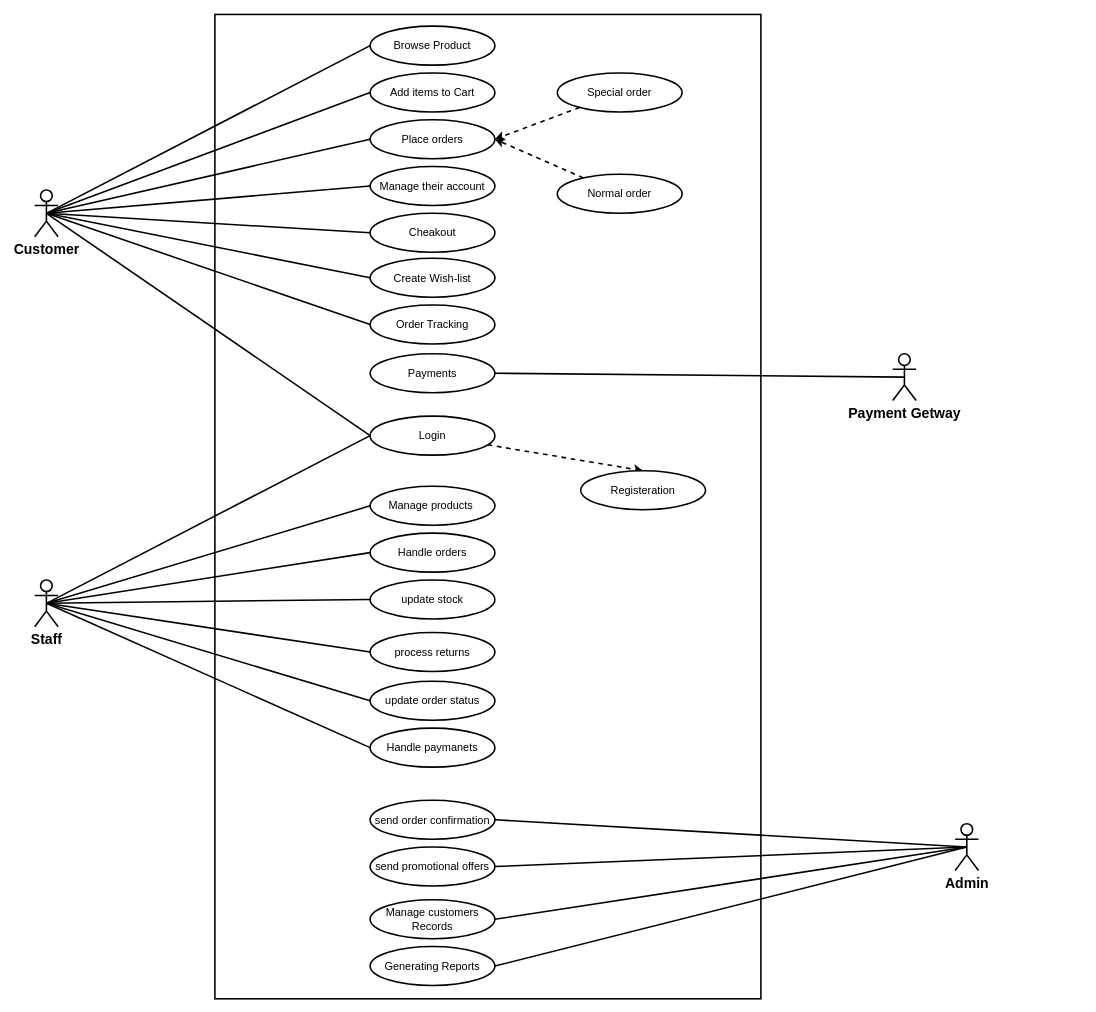
Above: BSCS 5B/se_assignment_02b.drawio in UbaidBinWaris/BSCS (draw.io), before the change. Source tidied: cells renumbered, new cells numbered last; positions are measured from the earlier drawing's top-left corner, leaving out a move shared by most shapes. Both pictures are drawn from the tidied source at 78%, with x=0, y=0 at pixel (34, 14).
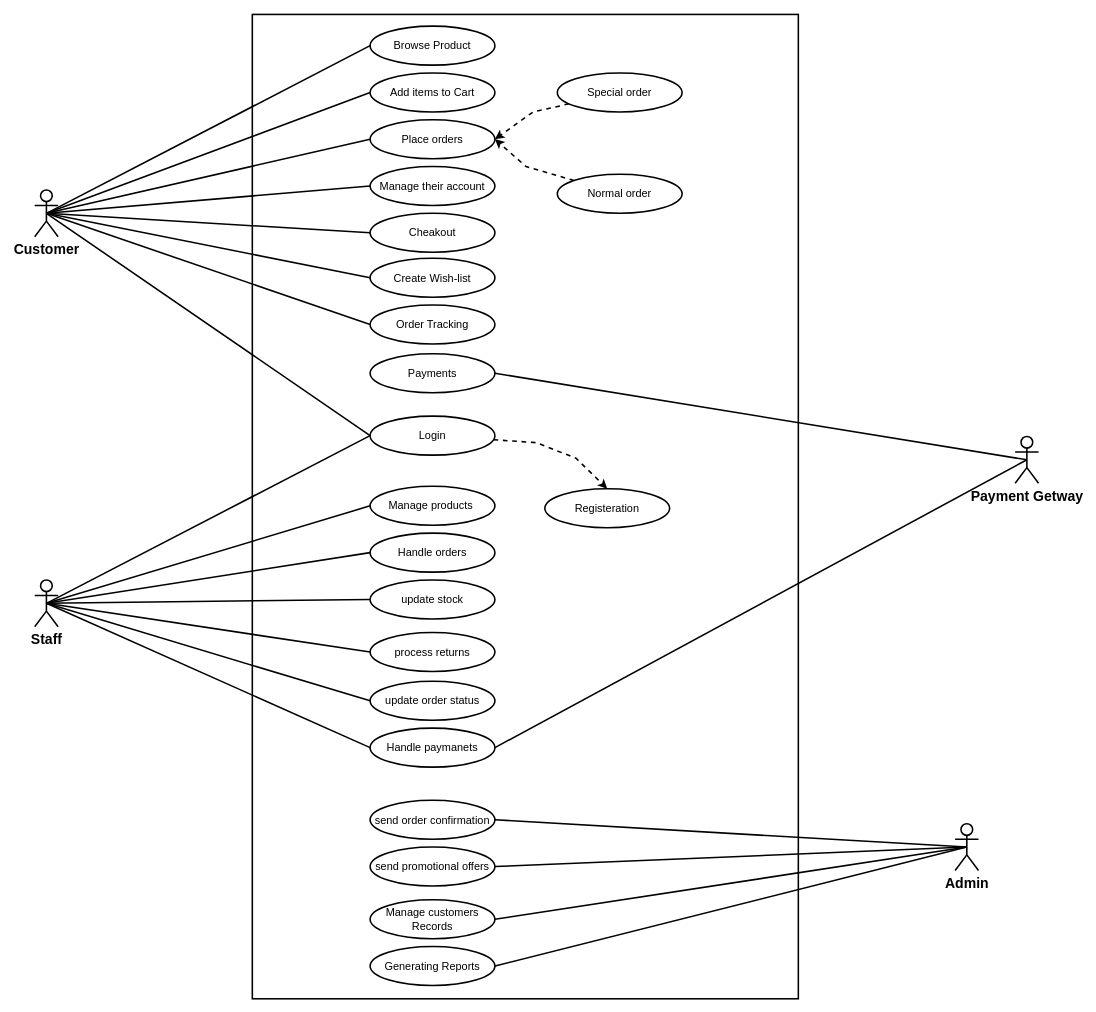
After the change.

Commit message (it also covers changes not shown here):
compiler assignment

Unchanged cells that the change refers to:
```xml
<mxCell id="8" value="Login" style="ellipse;whiteSpace=wrap;html=1;strokeWidth=2;fontSize=14;" parent="1" vertex="1">
  <mxGeometry x="430" y="515" width="160" height="50" as="geometry" />
</mxCell>
<mxCell id="9" value="Place orders" style="ellipse;whiteSpace=wrap;html=1;strokeWidth=2;fontSize=14;" parent="1" vertex="1">
  <mxGeometry x="430" y="135" width="160" height="50" as="geometry" />
</mxCell>
<mxCell id="30" value="Handle paymanets" style="ellipse;whiteSpace=wrap;html=1;strokeWidth=2;fontSize=14;" parent="1" vertex="1">
  <mxGeometry x="430" y="915" width="160" height="50" as="geometry" />
</mxCell>
<mxCell id="45" value="Special order" style="ellipse;whiteSpace=wrap;html=1;strokeWidth=2;fontSize=14;" parent="1" vertex="1">
  <mxGeometry x="670" y="75" width="160" height="50" as="geometry" />
</mxCell>
<mxCell id="47" value="Normal order" style="ellipse;whiteSpace=wrap;html=1;strokeWidth=2;fontSize=14;" parent="1" vertex="1">
  <mxGeometry x="670" y="205" width="160" height="50" as="geometry" />
</mxCell>
```

What changed in the source:
```diff
@@
     <mxCell id="7" style="shape=connector;rounded=0;jettySize=auto;html=1;strokeColor=default;align=center;verticalAlign=middle;fontFamily=Helvetica;fontSize=14;fontColor=default;labelBackgroundColor=default;endArrow=classic;entryX=0.5;entryY=0;entryDx=0;entryDy=0;dashed=1;strokeWidth=2;" parent="1" edge="1" source="8" target="43">
-      <mxGeometry relative="1" as="geometry" />
+      <mxGeometry relative="1" as="geometry">
+        <Array as="points">
+          <mxPoint x="643" y="549" />
+          <mxPoint x="694" y="569" />
+        </Array>
+      </mxGeometry>
     </mxCell>
@@
     <mxCell id="16" style="rounded=0;whiteSpace=wrap;html=1;fillColor=none;strokeWidth=2;" parent="1" vertex="1">
-      <mxGeometry x="231" width="700" height="1262" as="geometry" />
+      <mxGeometry x="279" width="700" height="1262" as="geometry" />
     </mxCell>
@@
     <mxCell id="40" value="Payment Getway" style="shape=umlActor;verticalLabelPosition=bottom;verticalAlign=top;html=1;outlineConnect=0;strokeWidth=2;fontSize=18;fontStyle=1;" parent="1" vertex="1">
-      <mxGeometry x="1100" y="435" width="30" height="60" as="geometry" />
+      <mxGeometry x="1257" y="541" width="30" height="60" as="geometry" />
     </mxCell>
@@
     <mxCell id="43" value="Registeration" style="ellipse;whiteSpace=wrap;html=1;strokeWidth=2;fontSize=14;" parent="1" vertex="1">
-      <mxGeometry x="700" y="585" width="160" height="50" as="geometry" />
+      <mxGeometry x="654" y="608" width="160" height="50" as="geometry" />
     </mxCell>
     <mxCell id="44" style="shape=connector;rounded=0;jettySize=auto;html=1;strokeColor=default;align=center;verticalAlign=middle;fontFamily=Helvetica;fontSize=14;fontColor=default;labelBackgroundColor=default;endArrow=classic;dashed=1;strokeWidth=2;" parent="1" edge="1" source="45">
       <mxGeometry relative="1" as="geometry">
         <mxPoint x="590" y="160" as="targetPoint" />
+        <Array as="points">
+          <mxPoint x="639" y="125" />
+        </Array>
       </mxGeometry>
     </mxCell>
@@
     <mxCell id="46" style="shape=connector;rounded=0;jettySize=auto;html=1;entryX=1;entryY=0.5;entryDx=0;entryDy=0;strokeColor=default;align=center;verticalAlign=middle;fontFamily=Helvetica;fontSize=14;fontColor=default;labelBackgroundColor=default;endArrow=classic;dashed=1;strokeWidth=2;" parent="1" edge="1" source="47" target="9">
-      <mxGeometry relative="1" as="geometry" />
+      <mxGeometry relative="1" as="geometry">
+        <Array as="points">
+          <mxPoint x="630" y="195" />
+        </Array>
+      </mxGeometry>
     </mxCell>
@@
+    <mxCell id="52" style="endArrow=none;html=1;rounded=0;strokeColor=default;align=center;verticalAlign=middle;fontFamily=Helvetica;fontSize=11;fontColor=default;labelBackgroundColor=default;entryX=0.5;entryY=0.5;entryDx=0;entryDy=0;entryPerimeter=0;exitX=1;exitY=0.5;exitDx=0;exitDy=0;strokeWidth=2;" parent="1" edge="1" source="30" target="40">
+      <mxGeometry relative="1" as="geometry" />
+    </mxCell>
```
